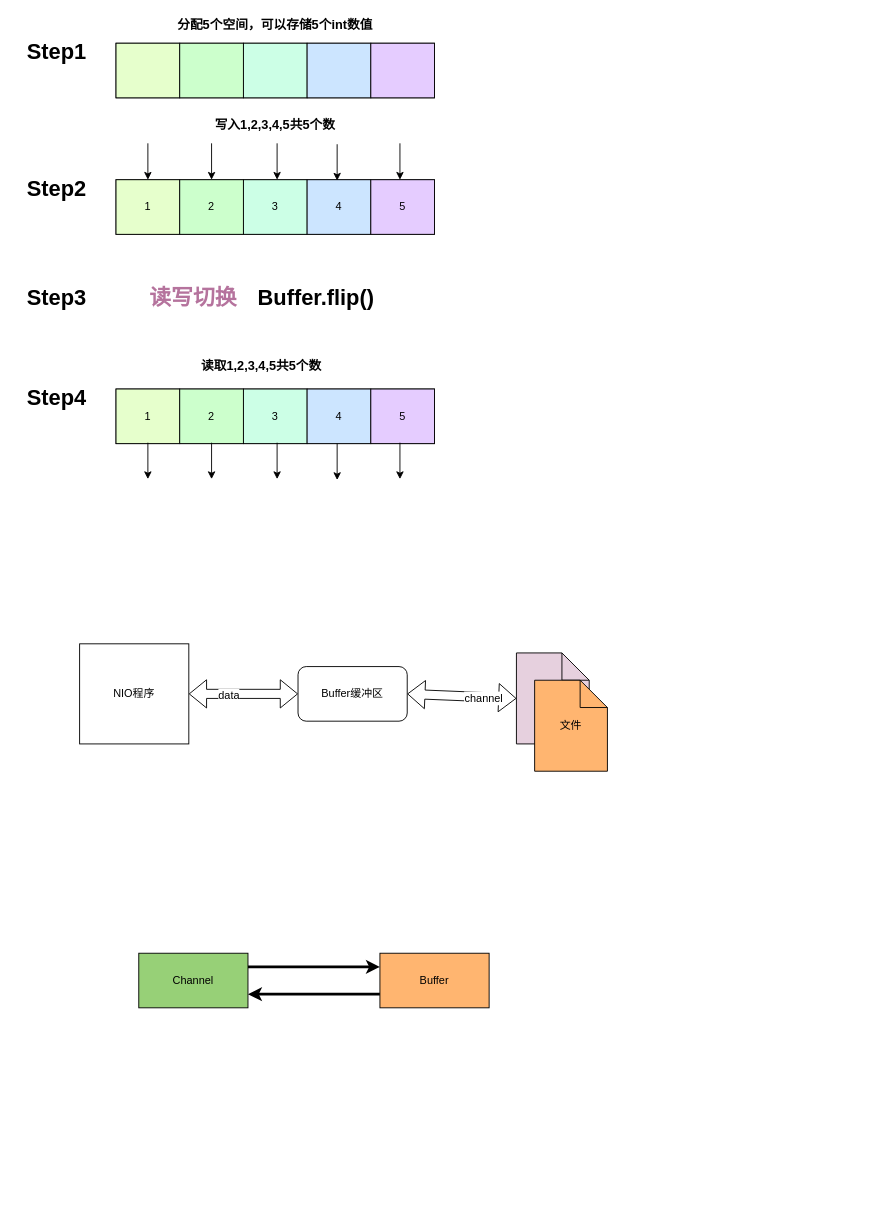
Earlier version of the draw.io diagram NettyDocument/画图原型/NIO-Buffer.dio (mangxiao2018/Netty-Learning). Source tidied: cells renumbered, new cells numbered last; positions are measured from the earlier drawing's top-left corner, leaving out a move shared by most shapes. Both pictures are drawn from the tidied source at 91%, with x=0, y=0 at pixel (15, 15).
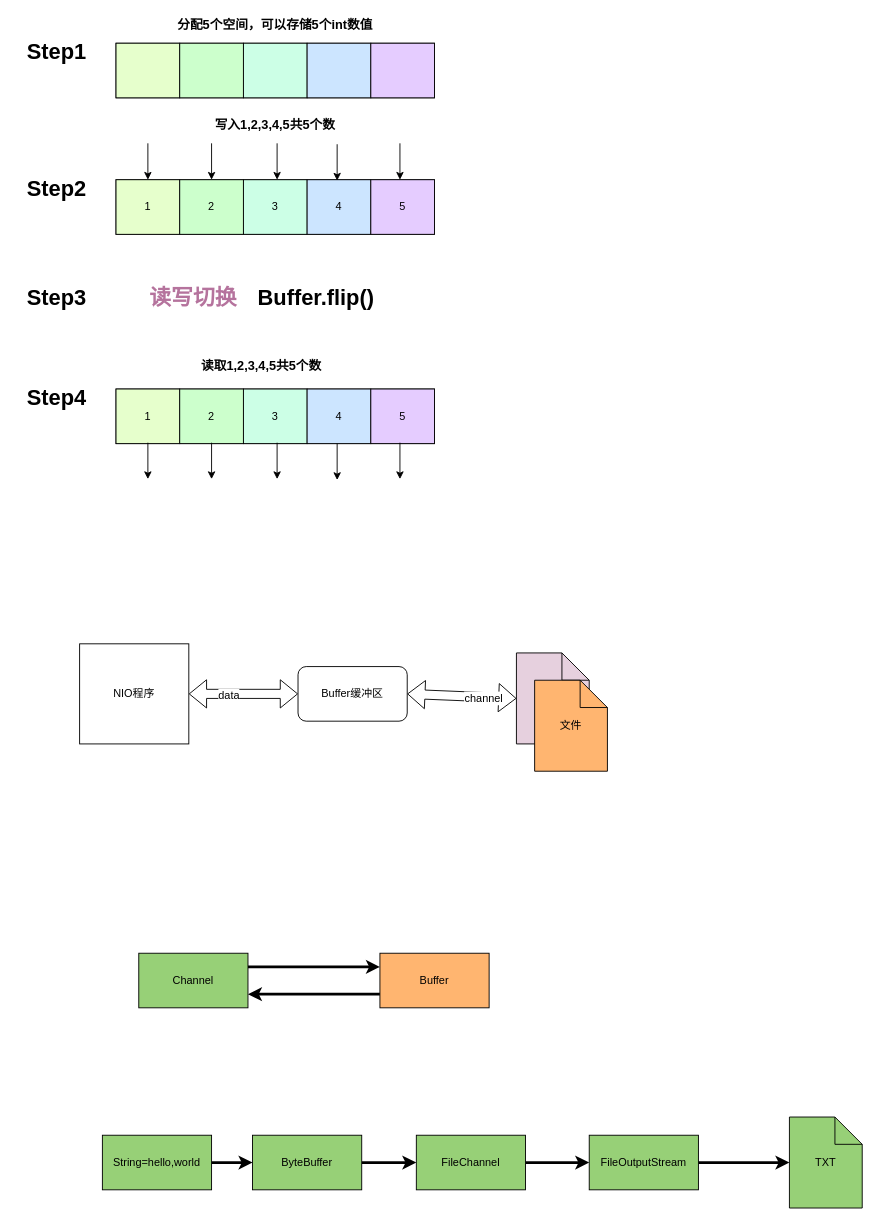
The same page after the edit.

The edit, as a diff of the source:
```diff
@@
+    <mxCell id="51" style="edgeStyle=orthogonalEdgeStyle;rounded=0;html=1;entryX=0;entryY=0.5;jettySize=auto;strokeWidth=3;" parent="1" edge="1" source="52" target="54">
+      <mxGeometry relative="1" as="geometry" />
+    </mxCell>
+    <mxCell id="52" value="String=hello,world" style="rounded=0;whiteSpace=wrap;html=1;fillColor=#97D077;" parent="1" vertex="1">
+      <mxGeometry x="95" y="1230" width="120" height="60" as="geometry" />
+    </mxCell>
+    <mxCell id="53" style="edgeStyle=orthogonalEdgeStyle;rounded=0;html=1;entryX=0;entryY=0.5;jettySize=auto;strokeWidth=3;" parent="1" edge="1" source="54" target="56">
+      <mxGeometry relative="1" as="geometry" />
+    </mxCell>
+    <mxCell id="54" value="ByteBuffer" style="rounded=0;whiteSpace=wrap;html=1;fillColor=#97D077;" parent="1" vertex="1">
+      <mxGeometry x="260" y="1230" width="120" height="60" as="geometry" />
+    </mxCell>
+    <mxCell id="55" style="edgeStyle=orthogonalEdgeStyle;rounded=0;html=1;entryX=0;entryY=0.5;jettySize=auto;strokeWidth=3;" parent="1" edge="1" source="56" target="58">
+      <mxGeometry relative="1" as="geometry" />
+    </mxCell>
+    <mxCell id="56" value="FileChannel" style="rounded=0;whiteSpace=wrap;html=1;fillColor=#97D077;" parent="1" vertex="1">
+      <mxGeometry x="440" y="1230" width="120" height="60" as="geometry" />
+    </mxCell>
+    <mxCell id="57" style="edgeStyle=orthogonalEdgeStyle;rounded=0;html=1;entryX=0;entryY=0.5;jettySize=auto;strokeWidth=3;" parent="1" edge="1" source="58" target="59">
+      <mxGeometry relative="1" as="geometry" />
+    </mxCell>
+    <mxCell id="58" value="FileOutputStream" style="rounded=0;whiteSpace=wrap;html=1;fillColor=#97D077;" parent="1" vertex="1">
+      <mxGeometry x="630" y="1230" width="120" height="60" as="geometry" />
+    </mxCell>
+    <mxCell id="59" value="TXT" style="shape=note;whiteSpace=wrap;html=1;fillColor=#97D077;" parent="1" vertex="1">
+      <mxGeometry x="850" y="1210" width="80" height="100" as="geometry" />
+    </mxCell>
```
